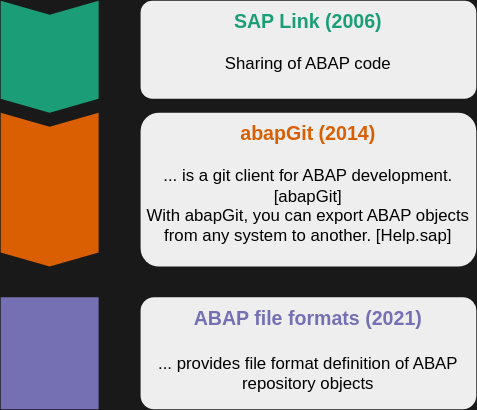
This is img/timeline.drawio.svg from larshp/abapconf2022, a draw.io export, as it was before one commit. Source tidied: cells renumbered, new cells last; positions are measured from the earlier drawing's top-left corner, leaving out a move shared by most shapes.
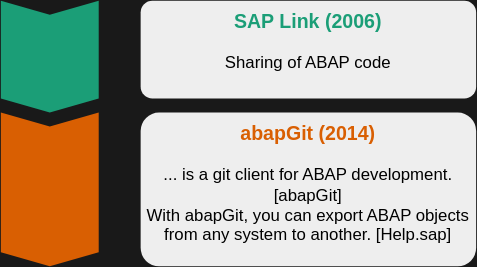
Above is the later version.

What changed in the source:
```diff
@@ -8,17 +8,11 @@
     <mxCell id="3" style="shape=step;perimeter=stepPerimeter;whiteSpace=wrap;html=1;fixedSize=1;size=10;direction=south;fillColor=#d95f02;strokeColor=none;rounded=0;shadow=0;" parent="1" vertex="1">
       <mxGeometry y="80" width="70" height="110" as="geometry" />
     </mxCell>
-    <mxCell id="4" style="shape=step;perimeter=stepPerimeter;whiteSpace=wrap;html=1;fixedSize=1;size=-2;direction=south;fillColor=#7570b3;strokeColor=none;rounded=0;shadow=0;" parent="1" vertex="1">
-      <mxGeometry y="212" width="70" height="80" as="geometry" />
-    </mxCell>
     <mxCell id="5" value="&lt;font style=&quot;font-size: 10px&quot;&gt;&lt;font style=&quot;font-size: 12px&quot; color=&quot;#10739E&quot;&gt;&lt;b&gt;SAP Link (2006)&lt;/b&gt;&lt;/font&gt;&lt;br&gt;&lt;br&gt;&lt;font size=&quot;1&quot;&gt;Sharing of ABAP code&lt;/font&gt;&lt;/font&gt;" style="rounded=1;strokeColor=none;fillColor=#EEEEEE;align=center;arcSize=12;verticalAlign=top;whiteSpace=wrap;html=1;fontSize=12;shadow=0;" parent="1" vertex="1">
       <mxGeometry x="100" width="240" height="70" as="geometry" />
     </mxCell>
     <mxCell id="6" value="&lt;font&gt;&lt;font color=&quot;#f2931e&quot;&gt;&lt;b&gt;abapGit (2014)&lt;br&gt;&lt;/b&gt;&lt;/font&gt;&lt;br&gt;&lt;font style=&quot;font-size: 12px&quot;&gt;... is a git client for ABAP development. [abapGit]&lt;br&gt;&lt;/font&gt;With abapGit, you can export ABAP objects from any system to another. [Help.sap]&lt;br&gt;&lt;/font&gt;" style="rounded=1;strokeColor=none;fillColor=#EEEEEE;align=center;arcSize=12;verticalAlign=top;whiteSpace=wrap;html=1;fontSize=12;shadow=0;" parent="1" vertex="1">
       <mxGeometry x="100" y="80" width="240" height="110" as="geometry" />
     </mxCell>
-    <mxCell id="7" value="&lt;font&gt;&lt;font color=&quot;#ae4132&quot;&gt;&lt;b&gt;ABAP file formats (2021)&lt;br&gt;&lt;br&gt;&lt;/b&gt;&lt;/font&gt;... provides file format definition of ABAP repository objects&lt;br&gt;&lt;/font&gt;" style="rounded=1;strokeColor=none;fillColor=#EEEEEE;align=center;arcSize=12;verticalAlign=top;whiteSpace=wrap;html=1;fontSize=12;shadow=0;" parent="1" vertex="1">
-      <mxGeometry x="100" y="212" width="240" height="80" as="geometry" />
-    </mxCell>
   </root>
 </mxGraphModel>
```
